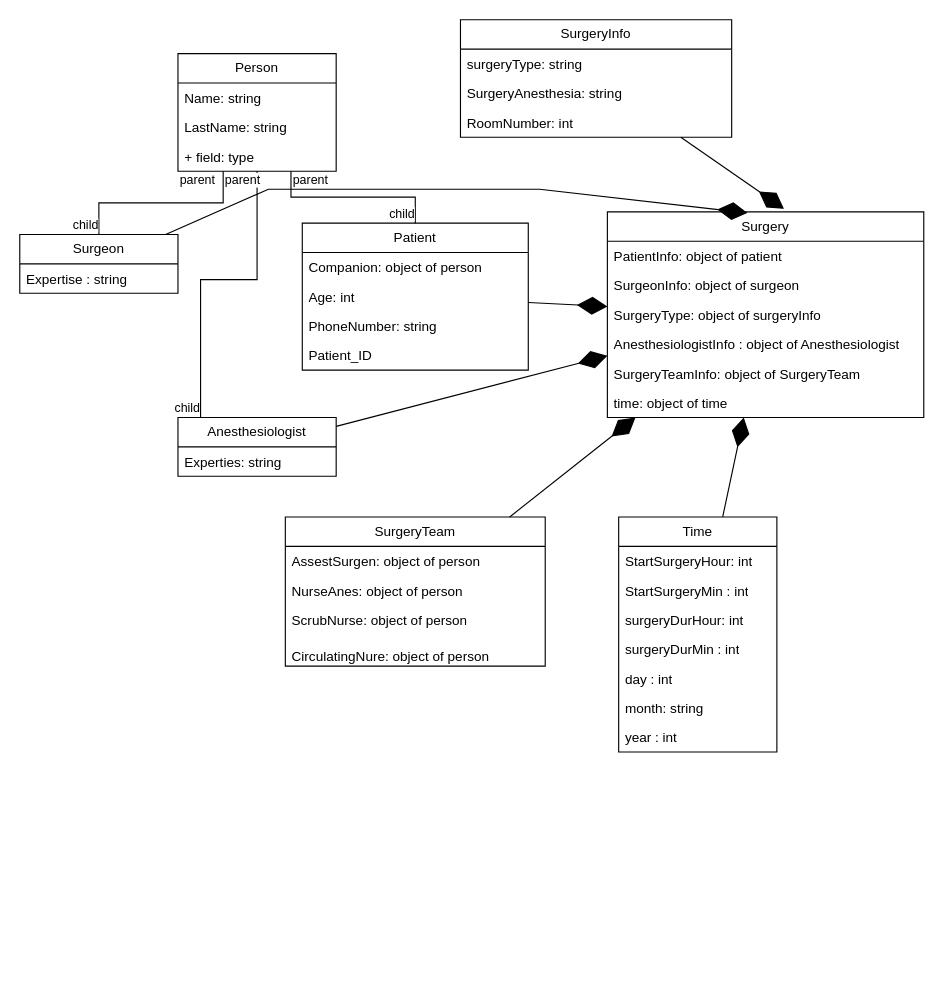
The draw.io diagram TheQuest.drawio in AmirHossienAfshar/QML-PYSIDE-QUEST, before the edit. Source tidied: cells renumbered, new cells numbered last; positions are measured from the earlier drawing's top-left corner, leaving out a move shared by most shapes. Both pictures are drawn from the tidied source at 113%, with x=0, y=0 at pixel (19, 19).
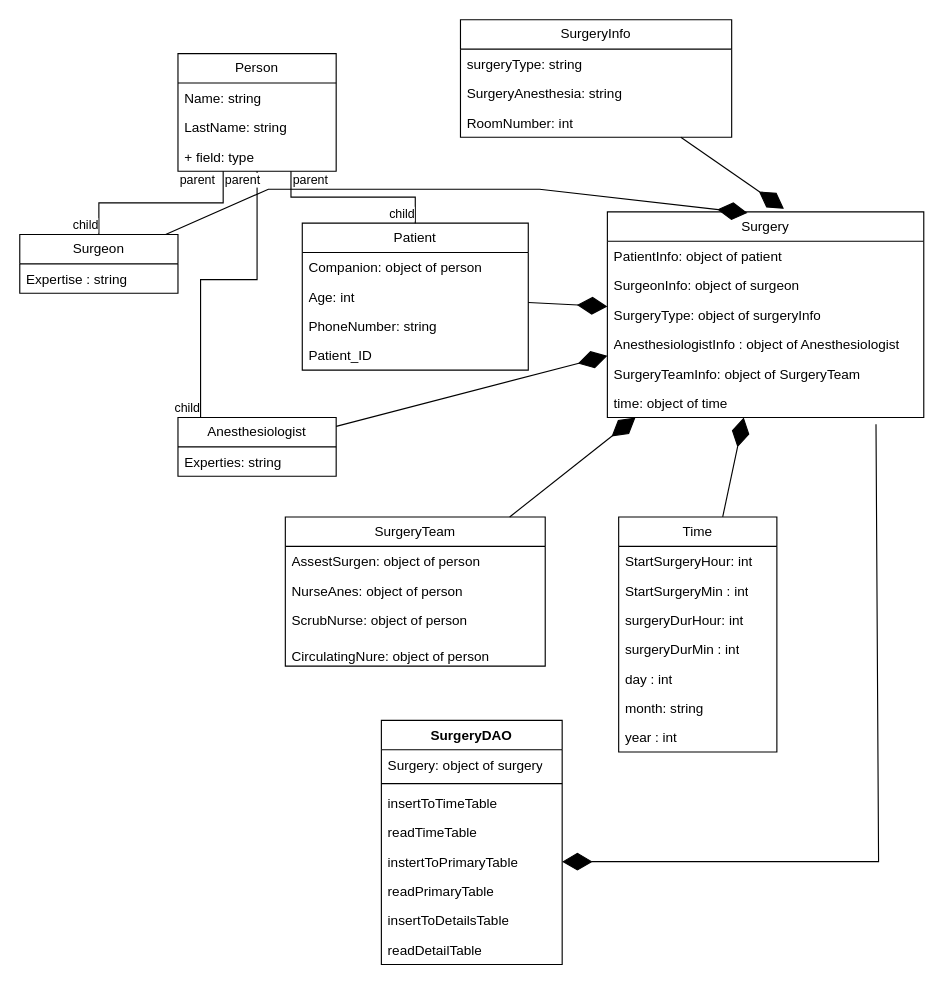
The same diagram, later.

Unchanged cells that the change refers to:
```xml
<mxCell id="19" value="time: object of time" style="text;strokeColor=none;fillColor=none;align=left;verticalAlign=top;spacingLeft=4;spacingRight=4;overflow=hidden;points=[[0,0.5],[1,0.5]];portConstraint=eastwest;whiteSpace=wrap;html=1;" parent="13" vertex="1">
  <mxGeometry y="156" width="280" height="26" as="geometry" />
</mxCell>
```

Diff of the diagram source:
```diff
@@
+    <mxCell id="54" value="SurgeryDAO" style="swimlane;fontStyle=1;align=center;verticalAlign=top;horizontal=1;startSize=26;whiteSpace=wrap;html=1;" parent="1" vertex="1">
+      <mxGeometry x="320" y="620" width="160" height="216" as="geometry" />
+    </mxCell>
+    <mxCell id="55" value="Surgery: object of surgery" style="text;strokeColor=none;fillColor=none;align=left;verticalAlign=top;spacingLeft=4;spacingRight=4;overflow=hidden;whiteSpace=wrap;html=1;" parent="54" vertex="1">
+      <mxGeometry y="26" width="160" height="26" as="geometry" />
+    </mxCell>
+    <mxCell id="56" style="line;strokeWidth=1;fillColor=none;align=left;verticalAlign=middle;spacingTop=-1;spacingLeft=3;spacingRight=3;labelPosition=right;strokeColor=inherit;" parent="54" vertex="1">
+      <mxGeometry y="52" width="160" height="8" as="geometry" />
+    </mxCell>
+    <mxCell id="57" value="insertToTimeTable" style="text;strokeColor=none;fillColor=none;align=left;verticalAlign=top;spacingLeft=4;spacingRight=4;overflow=hidden;whiteSpace=wrap;html=1;" parent="54" vertex="1">
+      <mxGeometry y="60" width="160" height="26" as="geometry" />
+    </mxCell>
+    <mxCell id="58" value="readTimeTable" style="text;strokeColor=none;fillColor=none;align=left;verticalAlign=top;spacingLeft=4;spacingRight=4;overflow=hidden;whiteSpace=wrap;html=1;" parent="54" vertex="1">
+      <mxGeometry y="86" width="160" height="26" as="geometry" />
+    </mxCell>
+    <mxCell id="59" value="instertToPrimaryTable" style="text;strokeColor=none;fillColor=none;align=left;verticalAlign=top;spacingLeft=4;spacingRight=4;overflow=hidden;points=[[0,0.5],[1,0.5]];portConstraint=eastwest;whiteSpace=wrap;html=1;" parent="54" vertex="1">
+      <mxGeometry y="112" width="160" height="26" as="geometry" />
+    </mxCell>
+    <mxCell id="60" value="readPrimaryTable" style="text;strokeColor=none;fillColor=none;align=left;verticalAlign=top;spacingLeft=4;spacingRight=4;overflow=hidden;whiteSpace=wrap;html=1;" parent="54" vertex="1">
+      <mxGeometry y="138" width="160" height="26" as="geometry" />
+    </mxCell>
+    <mxCell id="61" value="insertToDetailsTable" style="text;strokeColor=none;fillColor=none;align=left;verticalAlign=top;spacingLeft=4;spacingRight=4;overflow=hidden;whiteSpace=wrap;html=1;" parent="54" vertex="1">
+      <mxGeometry y="164" width="160" height="26" as="geometry" />
+    </mxCell>
+    <mxCell id="62" value="readDetailTable" style="text;strokeColor=none;fillColor=none;align=left;verticalAlign=top;spacingLeft=4;spacingRight=4;overflow=hidden;whiteSpace=wrap;html=1;" parent="54" vertex="1">
+      <mxGeometry y="190" width="160" height="26" as="geometry" />
+    </mxCell>
+    <mxCell id="63" style="endArrow=diamondThin;endFill=1;endSize=24;html=1;rounded=0;entryX=1;entryY=0.5;entryDx=0;entryDy=0;exitX=0.849;exitY=1.225;exitDx=0;exitDy=0;exitPerimeter=0;" parent="1" edge="1" source="19" target="59">
+      <mxGeometry relative="1" as="geometry">
+        <Array as="points">
+          <mxPoint x="760" y="745" />
+        </Array>
+      </mxGeometry>
+    </mxCell>
```
